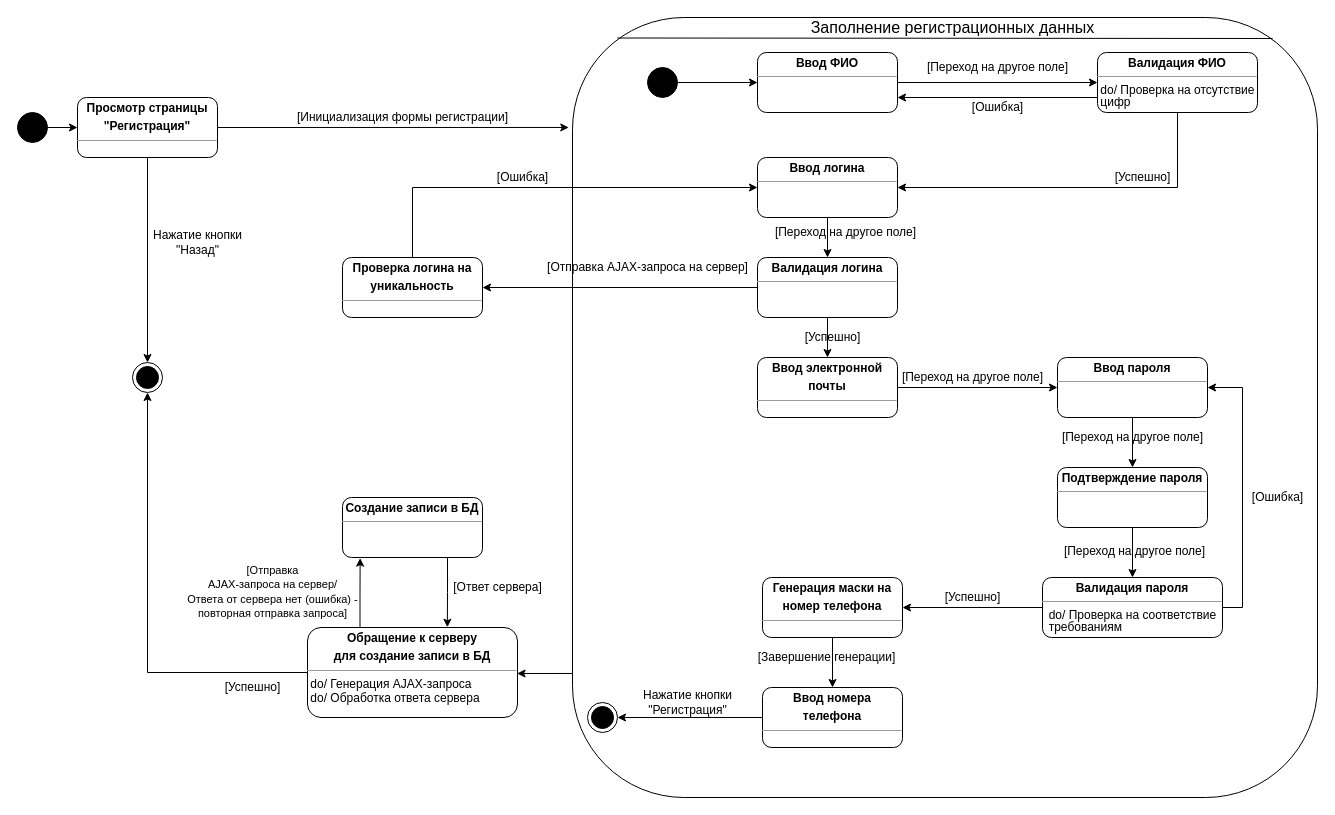
The draw.io diagram page 2 of 3 of Курсач/Диаграммы/Диаграммы автоматов.drawio in JolyBin/Valeriy, before the edit. Source tidied: cells renumbered, new cells numbered last; positions are measured from the earlier drawing's top-left corner, leaving out a move shared by most shapes. Both pictures are drawn from the tidied source at 100%, with x=0, y=0 at pixel (17, 17).
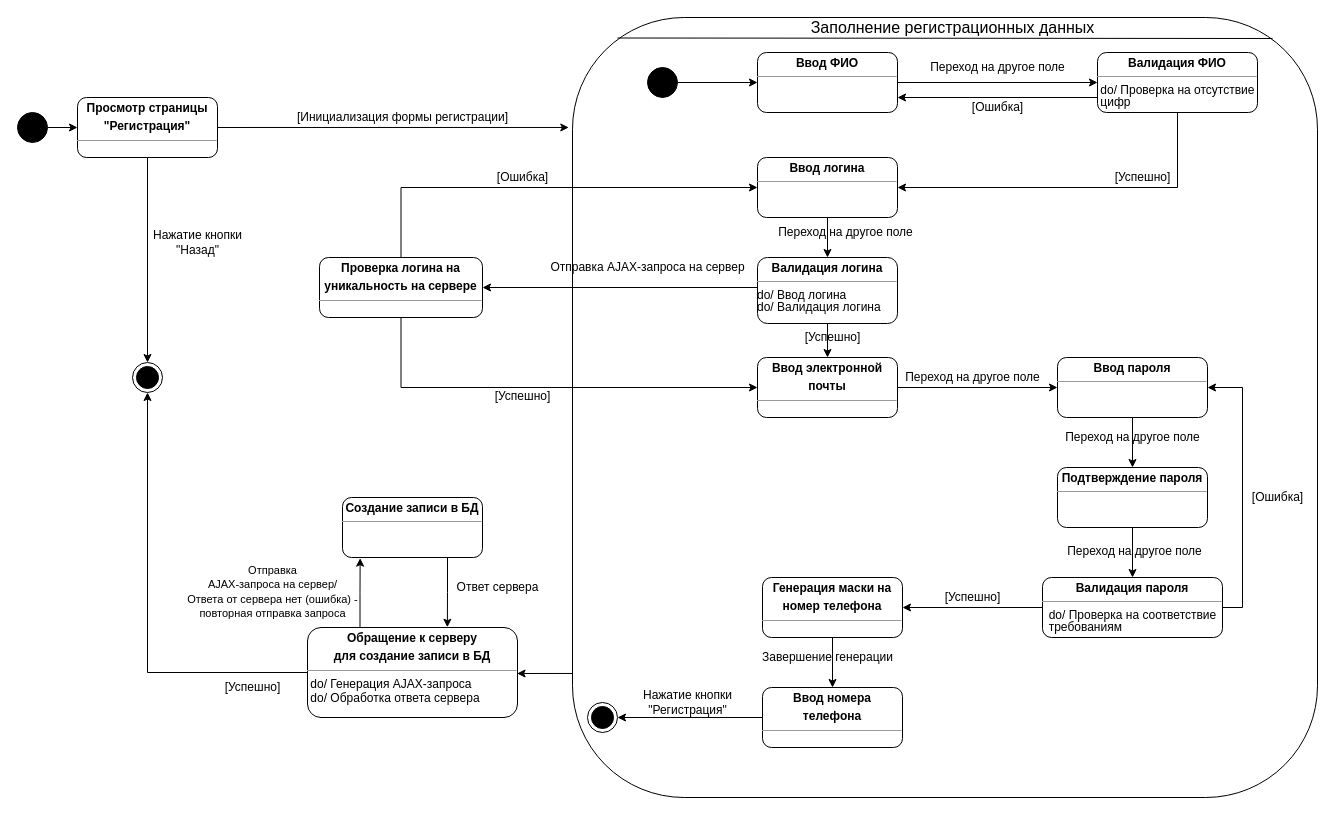
Above is the later version.

Unchanged cells that the change refers to:
```xml
<mxCell id="32" value="&lt;p style=&quot;margin: 0px ; margin-top: 4px ; text-align: center&quot;&gt;&lt;b&gt;Ввод электронной&lt;/b&gt;&lt;/p&gt;&lt;p style=&quot;margin: 0px ; margin-top: 4px ; text-align: center&quot;&gt;&lt;b&gt;почты&lt;/b&gt;&lt;/p&gt;&lt;hr size=&quot;1&quot;&gt;&lt;div style=&quot;height: 2px&quot;&gt;&lt;/div&gt;" style="verticalAlign=top;align=left;overflow=fill;fontSize=12;fontFamily=Helvetica;html=1;rounded=1;strokeColor=#000000;fillColor=#FFFFFF;" parent="1" vertex="1">
  <mxGeometry x="740" y="340" width="140" height="60" as="geometry" />
</mxCell>
```

Diff of the diagram source:
```diff
@@
     <mxCell id="15" style="endArrow=classic;html=1;edgeStyle=orthogonalEdgeStyle;rounded=0;exitX=0;exitY=0.5;exitDx=0;exitDy=0;entryX=1;entryY=0.5;entryDx=0;entryDy=0;" parent="1" edge="1" source="34" target="35">
-      <mxGeometry relative="1" as="geometry" />
+      <mxGeometry relative="1" as="geometry">
+        <Array as="points">
+          <mxPoint x="740" y="270" />
+        </Array>
+      </mxGeometry>
     </mxCell>
@@
-    <mxCell id="34" value="&lt;p style=&quot;margin: 0px ; margin-top: 4px ; text-align: center&quot;&gt;&lt;b&gt;Валидация логина&lt;/b&gt;&lt;/p&gt;&lt;hr size=&quot;1&quot;&gt;&lt;div style=&quot;height: 2px&quot;&gt;&lt;/div&gt;" style="verticalAlign=top;align=left;overflow=fill;fontSize=12;fontFamily=Helvetica;html=1;rounded=1;strokeColor=#000000;fillColor=#FFFFFF;" parent="1" vertex="1">
-      <mxGeometry x="740" y="240" width="140" height="60" as="geometry" />
+    <mxCell id="34" value="&lt;p style=&quot;margin: 0px ; margin-top: 4px ; text-align: center&quot;&gt;&lt;b&gt;Валидация логина&lt;/b&gt;&lt;/p&gt;&lt;hr size=&quot;1&quot;&gt;&lt;div style=&quot;height: 2px&quot;&gt;do/ Ввод логина&lt;/div&gt;&lt;div style=&quot;height: 2px&quot;&gt;&lt;br&gt;&lt;/div&gt;&lt;div style=&quot;height: 2px&quot;&gt;&lt;br&gt;&lt;/div&gt;&lt;div style=&quot;height: 2px&quot;&gt;&lt;br&gt;&lt;/div&gt;&lt;div style=&quot;height: 2px&quot;&gt;&lt;br&gt;&lt;/div&gt;&lt;div style=&quot;height: 2px&quot;&gt;&lt;br&gt;&lt;/div&gt;&lt;div style=&quot;height: 2px&quot;&gt;do/ Валидация логина&lt;/div&gt;&lt;div style=&quot;height: 2px&quot;&gt;&lt;br&gt;&lt;/div&gt;&lt;div style=&quot;height: 2px&quot;&gt;&lt;br&gt;&lt;/div&gt;" style="verticalAlign=top;align=left;overflow=fill;fontSize=12;fontFamily=Helvetica;html=1;rounded=1;strokeColor=#000000;fillColor=#FFFFFF;" parent="1" vertex="1">
+      <mxGeometry x="740" y="240" width="140" height="66" as="geometry" />
     </mxCell>
-    <mxCell id="35" value="&lt;p style=&quot;margin: 0px ; margin-top: 4px ; text-align: center&quot;&gt;&lt;b&gt;Проверка логина на&lt;/b&gt;&lt;/p&gt;&lt;p style=&quot;margin: 0px ; margin-top: 4px ; text-align: center&quot;&gt;&lt;b&gt;уникальность&lt;/b&gt;&lt;/p&gt;&lt;hr size=&quot;1&quot;&gt;&lt;div style=&quot;height: 2px&quot;&gt;&lt;/div&gt;" style="verticalAlign=top;align=left;overflow=fill;fontSize=12;fontFamily=Helvetica;html=1;rounded=1;strokeColor=#000000;fillColor=#FFFFFF;" parent="1" vertex="1">
-      <mxGeometry x="325" y="240" width="140" height="60" as="geometry" />
+    <mxCell id="35" value="&lt;p style=&quot;margin: 0px ; margin-top: 4px ; text-align: center&quot;&gt;&lt;b&gt;Проверка логина на&lt;/b&gt;&lt;/p&gt;&lt;p style=&quot;margin: 0px ; margin-top: 4px ; text-align: center&quot;&gt;&lt;b&gt;уникальность на сервере&lt;/b&gt;&lt;/p&gt;&lt;hr size=&quot;1&quot;&gt;&lt;div style=&quot;height: 2px&quot;&gt;&lt;/div&gt;" style="verticalAlign=top;align=left;overflow=fill;fontSize=12;fontFamily=Helvetica;html=1;rounded=1;strokeColor=#000000;fillColor=#FFFFFF;" parent="1" vertex="1">
+      <mxGeometry x="302" y="240" width="163" height="60" as="geometry" />
     </mxCell>
@@
-    <mxCell id="37" value="[Отправка AJAX-запроса на сервер]" style="text;html=1;align=center;verticalAlign=middle;" parent="1" vertex="1">
-      <mxGeometry x="520" y="240" width="220" height="20" as="geometry" />
+    <mxCell id="37" value="Отправка AJAX-запроса на сервер" style="text;html=1;align=center;verticalAlign=middle;" parent="1" vertex="1">
+      <mxGeometry x="528" y="241" width="204" height="18" as="geometry" />
     </mxCell>
@@
-    <mxCell id="39" value="[Переход на другое поле]" style="text;html=1;align=center;verticalAlign=middle;" parent="1" vertex="1">
-      <mxGeometry x="900" y="40" width="160" height="20" as="geometry" />
+    <mxCell id="39" value="Переход на другое поле" style="text;html=1;align=center;verticalAlign=middle;" parent="1" vertex="1">
+      <mxGeometry x="908" y="41" width="144" height="18" as="geometry" />
     </mxCell>
@@
-    <mxCell id="42" value="[Переход на другое поле]" style="text;html=1;align=center;verticalAlign=middle;" parent="1" vertex="1">
-      <mxGeometry x="748" y="205" width="160" height="20" as="geometry" />
+    <mxCell id="42" value="Переход на другое поле" style="text;html=1;align=center;verticalAlign=middle;" parent="1" vertex="1">
+      <mxGeometry x="756" y="206" width="144" height="18" as="geometry" />
     </mxCell>
-    <mxCell id="43" value="[Переход на другое поле]" style="text;html=1;align=center;verticalAlign=middle;" parent="1" vertex="1">
-      <mxGeometry x="875" y="350" width="160" height="20" as="geometry" />
+    <mxCell id="43" value="Переход на другое поле" style="text;html=1;align=center;verticalAlign=middle;" parent="1" vertex="1">
+      <mxGeometry x="883" y="351" width="144" height="18" as="geometry" />
     </mxCell>
@@
-    <mxCell id="46" value="[Переход на другое поле]" style="text;html=1;align=center;verticalAlign=middle;" parent="1" vertex="1">
-      <mxGeometry x="1035" y="410" width="160" height="20" as="geometry" />
+    <mxCell id="46" value="Переход на другое поле" style="text;html=1;align=center;verticalAlign=middle;" parent="1" vertex="1">
+      <mxGeometry x="1043" y="411" width="144" height="18" as="geometry" />
     </mxCell>
-    <mxCell id="47" value="[Переход на другое поле]" style="text;html=1;align=center;verticalAlign=middle;" parent="1" vertex="1">
-      <mxGeometry x="1037" y="524" width="160" height="20" as="geometry" />
+    <mxCell id="47" value="Переход на другое поле" style="text;html=1;align=center;verticalAlign=middle;" parent="1" vertex="1">
+      <mxGeometry x="1045" y="525" width="144" height="18" as="geometry" />
     </mxCell>
@@
-    <mxCell id="51" value="[Завершение генерации]" style="text;html=1;align=center;verticalAlign=middle;" parent="1" vertex="1">
-      <mxGeometry x="734" y="630" width="150" height="20" as="geometry" />
+    <mxCell id="51" value="Завершение генерации" style="text;html=1;align=center;verticalAlign=middle;" parent="1" vertex="1">
+      <mxGeometry x="739" y="631" width="141" height="18" as="geometry" />
     </mxCell>
@@
-    <mxCell id="61" value="&lt;font style=&quot;font-size: 11px&quot;&gt;[Отправка &lt;br&gt;AJAX-запроса на сервер/&lt;br&gt;Ответа от сервера нет (ошибка) -&lt;br&gt;повторная отправка запроса]&lt;/font&gt;" style="text;html=1;align=center;verticalAlign=middle;" parent="1" vertex="1">
-      <mxGeometry x="160" y="544" width="190" height="60" as="geometry" />
+    <mxCell id="61" value="&lt;font style=&quot;font-size: 11px&quot;&gt;Отправка &lt;br&gt;AJAX-запроса на сервер/&lt;br&gt;Ответа от сервера нет (ошибка) -&lt;br&gt;повторная отправка запроса&lt;/font&gt;" style="text;html=1;align=center;verticalAlign=middle;" parent="1" vertex="1">
+      <mxGeometry x="165" y="543" width="180" height="62" as="geometry" />
     </mxCell>
-    <mxCell id="62" value="[Ответ сервера]" style="text;html=1;align=center;verticalAlign=middle;" parent="1" vertex="1">
-      <mxGeometry x="430" y="560" width="100" height="20" as="geometry" />
+    <mxCell id="62" value="Ответ сервера" style="text;html=1;align=center;verticalAlign=middle;" parent="1" vertex="1">
+      <mxGeometry x="434" y="561" width="92" height="18" as="geometry" />
     </mxCell>
@@
+    <mxCell id="64" style="endArrow=classic;html=1;edgeStyle=orthogonalEdgeStyle;rounded=0;exitX=0.5;exitY=1;exitDx=0;exitDy=0;entryX=0;entryY=0.5;entryDx=0;entryDy=0;" parent="1" edge="1" source="35" target="32">
+      <mxGeometry relative="1" as="geometry" />
+    </mxCell>
+    <mxCell id="65" value="[Успешно]" style="text;html=1;align=center;verticalAlign=middle;" parent="1" vertex="1">
+      <mxGeometry x="470" y="369" width="70" height="20" as="geometry" />
+    </mxCell>
```
